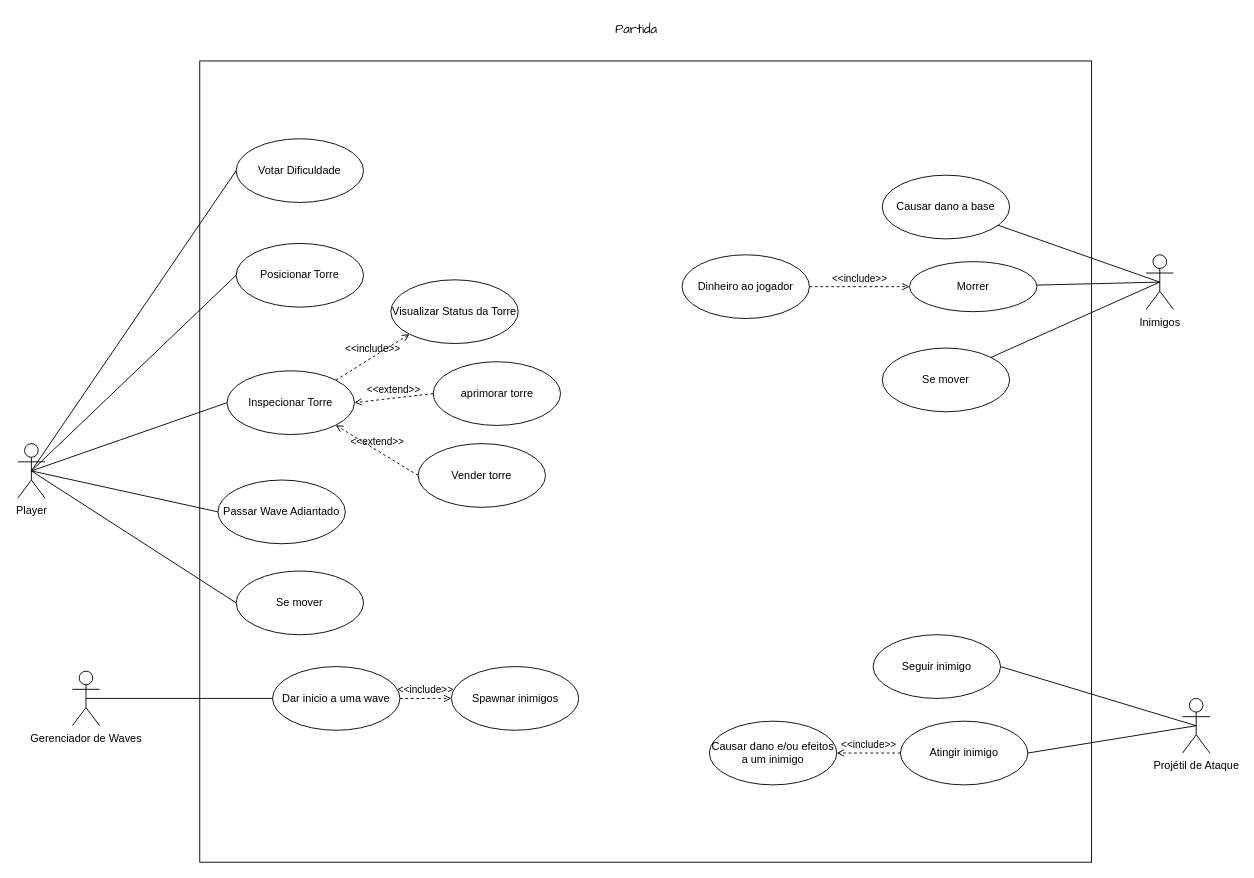
This is In-Game -- Diagrama Casos de Uso.drawio from DEV-0ne-Jao/Projeto-Integrador, a draw.io file, before an edit. Source tidied: cells renumbered, new cells numbered last; positions are measured from the earlier drawing's top-left corner, leaving out a move shared by most shapes. Both pictures are drawn from the tidied source at 91%, with x=0, y=0 at pixel (17, 15).
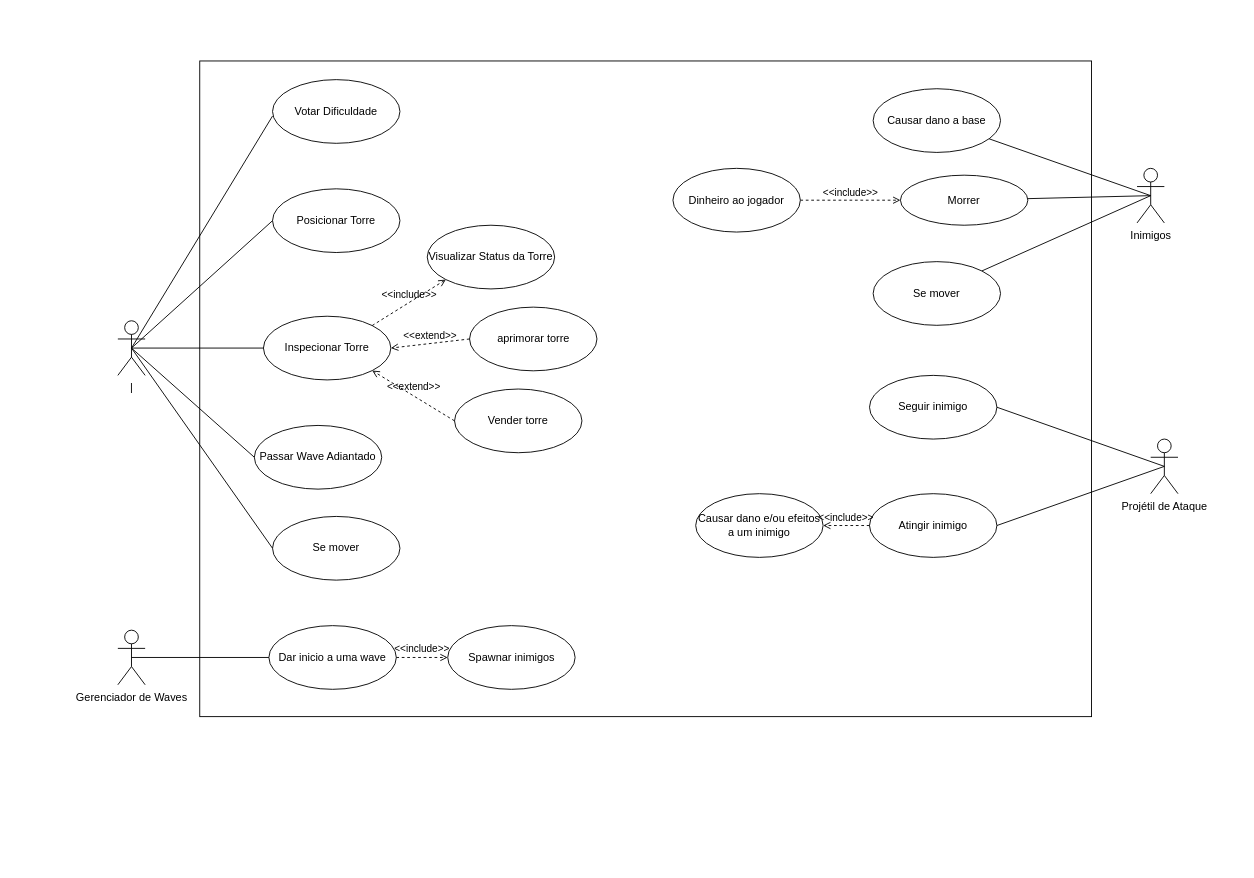
After the change.

Diff of the diagram source:
```diff
@@
-    <mxCell id="2" value="&lt;font face=&quot;Comic Sans MS&quot; style=&quot;font-size: 14px;&quot;&gt;Partida&lt;/font&gt;" style="text;html=1;align=center;verticalAlign=middle;whiteSpace=wrap;rounded=0;" parent="1" vertex="1">
-      <mxGeometry x="650" width="60" height="30" as="geometry" />
-    </mxCell>
-    <mxCell id="3" value="Player" style="shape=umlActor;verticalLabelPosition=bottom;verticalAlign=top;html=1;" parent="1" vertex="1">
-      <mxGeometry y="470" width="30" height="60" as="geometry" />
+    <mxCell id="3" value="|" style="shape=umlActor;verticalLabelPosition=bottom;verticalAlign=top;html=1;" parent="1" vertex="1">
+      <mxGeometry x="110" y="335" width="30" height="60" as="geometry" />
     </mxCell>
     <mxCell id="4" style="rounded=0;whiteSpace=wrap;html=1;fontStyle=1;" parent="1" vertex="1">
-      <mxGeometry x="200" y="49.5" width="980" height="880.5" as="geometry" />
+      <mxGeometry x="200" y="49.5" width="980" height="720.5" as="geometry" />
     </mxCell>
     <mxCell id="5" value="V&lt;span style=&quot;background-color: transparent; color: light-dark(rgb(0, 0, 0), rgb(255, 255, 255));&quot;&gt;otar Dificuldade&lt;/span&gt;" style="ellipse;whiteSpace=wrap;html=1;" parent="1" vertex="1">
-      <mxGeometry x="240" y="135" width="140" height="70" as="geometry" />
+      <mxGeometry x="280" y="70" width="140" height="70" as="geometry" />
     </mxCell>
-    <mxCell id="6" style="endArrow=none;html=1;rounded=0;exitX=0.5;exitY=0.5;exitDx=0;exitDy=0;exitPerimeter=0;entryX=0;entryY=0.5;entryDx=0;entryDy=0;" parent="1" edge="1" source="3" target="5">
-      <mxGeometry relative="1" as="geometry" />
+    <mxCell id="6" style="endArrow=none;html=1;rounded=0;exitX=0.5;exitY=0.5;exitDx=0;exitDy=0;exitPerimeter=0;entryX=0;entryY=0.5;entryDx=0;entryDy=0;" parent="1" edge="1" source="3">
+      <mxGeometry relative="1" as="geometry">
+        <mxPoint x="280" y="110" as="targetPoint" />
+      </mxGeometry>
     </mxCell>
     <mxCell id="7" value="Posicionar Torre" style="ellipse;whiteSpace=wrap;html=1;" parent="1" vertex="1">
-      <mxGeometry x="240" y="250" width="140" height="70" as="geometry" />
+      <mxGeometry x="280" y="190" width="140" height="70" as="geometry" />
     </mxCell>
     <mxCell id="8" value="aprimorar torre" style="ellipse;whiteSpace=wrap;html=1;" parent="1" vertex="1">
-      <mxGeometry x="456.5" y="380" width="140" height="70" as="geometry" />
+      <mxGeometry x="496.5" y="320" width="140" height="70" as="geometry" />
     </mxCell>
     <mxCell id="9" value="Vender torre" style="ellipse;whiteSpace=wrap;html=1;" parent="1" vertex="1">
-      <mxGeometry x="440" y="470" width="140" height="70" as="geometry" />
+      <mxGeometry x="480" y="410" width="140" height="70" as="geometry" />
     </mxCell>
     <mxCell id="10" value="Inspecionar Torre" style="ellipse;whiteSpace=wrap;html=1;" parent="1" vertex="1">
-      <mxGeometry x="230" y="390" width="140" height="70" as="geometry" />
+      <mxGeometry x="270" y="330" width="140" height="70" as="geometry" />
     </mxCell>
@@
     <mxCell id="14" value="Visualizar Status da Torre" style="ellipse;whiteSpace=wrap;html=1;" parent="1" vertex="1">
-      <mxGeometry x="410" y="290" width="140" height="70" as="geometry" />
+      <mxGeometry x="450" y="230" width="140" height="70" as="geometry" />
     </mxCell>
@@
     <mxCell id="16" value="Passar Wave Adiantado" style="ellipse;whiteSpace=wrap;html=1;" parent="1" vertex="1">
-      <mxGeometry x="220" y="510" width="140" height="70" as="geometry" />
+      <mxGeometry x="260" y="450" width="140" height="70" as="geometry" />
     </mxCell>
@@
     <mxCell id="18" value="Se mover" style="ellipse;whiteSpace=wrap;html=1;" parent="1" vertex="1">
-      <mxGeometry x="240" y="610" width="140" height="70" as="geometry" />
+      <mxGeometry x="280" y="550" width="140" height="70" as="geometry" />
     </mxCell>
@@
     <mxCell id="20" value="Projétil de Ataque" style="shape=umlActor;verticalLabelPosition=bottom;verticalAlign=top;html=1;" parent="1" vertex="1">
-      <mxGeometry x="1280" y="750" width="30" height="60" as="geometry" />
+      <mxGeometry x="1245" y="465" width="30" height="60" as="geometry" />
     </mxCell>
     <mxCell id="21" value="Gerenciador de Waves" style="shape=umlActor;verticalLabelPosition=bottom;verticalAlign=top;html=1;" parent="1" vertex="1">
-      <mxGeometry x="60" y="720" width="30" height="60" as="geometry" />
+      <mxGeometry x="110" y="675" width="30" height="60" as="geometry" />
     </mxCell>
     <mxCell id="22" value="Dar inicio a uma wave" style="ellipse;whiteSpace=wrap;html=1;" parent="1" vertex="1">
-      <mxGeometry x="280" y="715" width="140" height="70" as="geometry" />
+      <mxGeometry x="276" y="670" width="140" height="70" as="geometry" />
     </mxCell>
     <mxCell id="23" value="Seguir inimigo" style="ellipse;whiteSpace=wrap;html=1;" parent="1" vertex="1">
-      <mxGeometry x="940" y="680" width="140" height="70" as="geometry" />
+      <mxGeometry x="936" y="395" width="140" height="70" as="geometry" />
     </mxCell>
     <mxCell id="24" value="Atingir inimigo" style="ellipse;whiteSpace=wrap;html=1;" parent="1" vertex="1">
-      <mxGeometry x="970" y="775" width="140" height="70" as="geometry" />
+      <mxGeometry x="936" y="525" width="140" height="70" as="geometry" />
     </mxCell>
@@
     <mxCell id="27" value="Causar dano e/ou efeitos a um inimigo" style="ellipse;whiteSpace=wrap;html=1;" parent="1" vertex="1">
-      <mxGeometry x="760" y="775" width="140" height="70" as="geometry" />
+      <mxGeometry x="745" y="525" width="140" height="70" as="geometry" />
     </mxCell>
@@
     <mxCell id="29" value="Inimigos" style="shape=umlActor;verticalLabelPosition=bottom;verticalAlign=top;html=1;outlineConnect=0;" parent="1" vertex="1">
-      <mxGeometry x="1240" y="262.5" width="30" height="60" as="geometry" />
+      <mxGeometry x="1230" y="167.5" width="30" height="60" as="geometry" />
     </mxCell>
     <mxCell id="30" value="Causar dano a base" style="ellipse;whiteSpace=wrap;html=1;" parent="1" vertex="1">
-      <mxGeometry x="950" y="175" width="140" height="70" as="geometry" />
+      <mxGeometry x="940" y="80" width="140" height="70" as="geometry" />
     </mxCell>
     <mxCell id="31" value="Morrer" style="ellipse;whiteSpace=wrap;html=1;" parent="1" vertex="1">
-      <mxGeometry x="980" y="270" width="140" height="55" as="geometry" />
+      <mxGeometry x="970" y="175" width="140" height="55" as="geometry" />
     </mxCell>
@@
     <mxCell id="34" value="Se mover" style="ellipse;whiteSpace=wrap;html=1;" parent="1" vertex="1">
-      <mxGeometry x="950" y="365" width="140" height="70" as="geometry" />
+      <mxGeometry x="940" y="270" width="140" height="70" as="geometry" />
     </mxCell>
@@
     <mxCell id="37" value="Spawnar inimigos" style="ellipse;whiteSpace=wrap;html=1;" parent="1" vertex="1">
-      <mxGeometry x="476.5" y="715" width="140" height="70" as="geometry" />
+      <mxGeometry x="472.5" y="670" width="140" height="70" as="geometry" />
     </mxCell>
@@
     <mxCell id="41" value="Dinheiro ao jogador" style="ellipse;whiteSpace=wrap;html=1;" parent="1" vertex="1">
-      <mxGeometry x="730" y="262.5" width="140" height="70" as="geometry" />
+      <mxGeometry x="720" y="167.5" width="140" height="70" as="geometry" />
     </mxCell>
```
